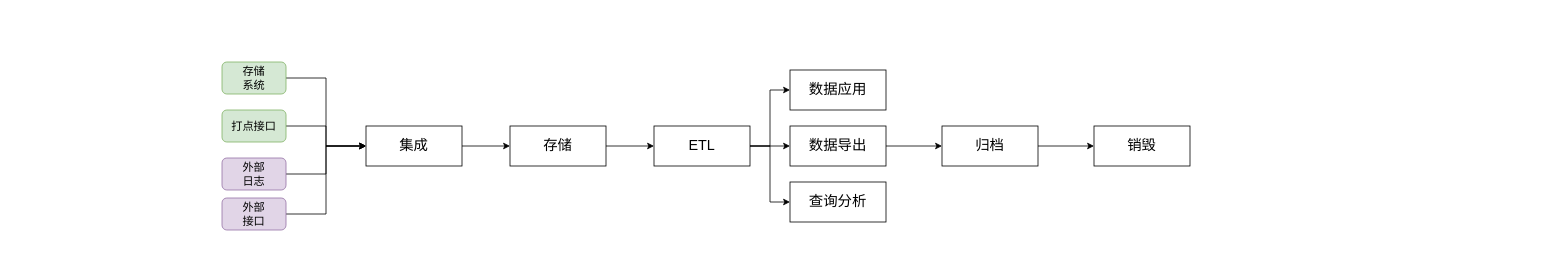
Above: Untitled Diagram.drawio in hongweilv-whu/flowCharts (draw.io), before the change. Source tidied: cells renumbered, new cells numbered last; positions are measured from the earlier drawing's top-left corner, leaving out a move shared by most shapes. Both pictures are drawn from the tidied source at 80%, with x=0, y=0 at pixel (222, 62).
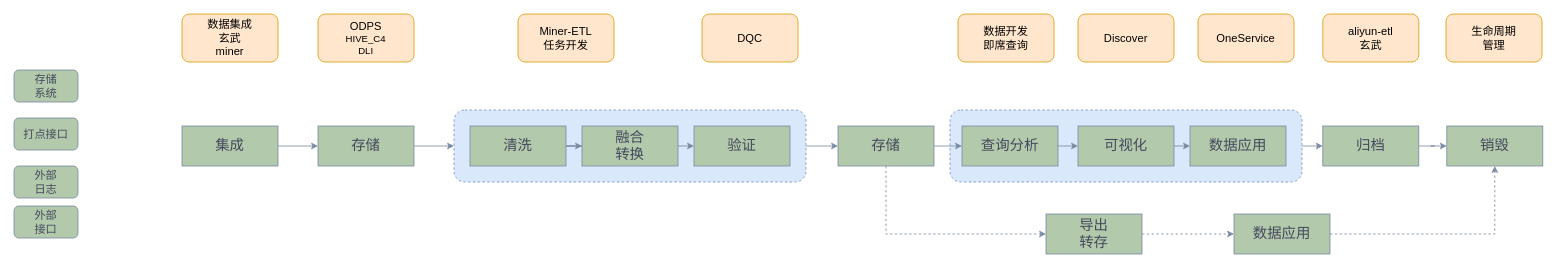
After the change.

Diff of the diagram source:
```diff
@@
+    <mxCell id="25" style="rounded=1;whiteSpace=wrap;html=1;dashed=1;fillColor=#dae8fc;strokeColor=#6c8ebf;" parent="1" vertex="1">
+      <mxGeometry x="910" y="60" width="440" height="90" as="geometry" />
+    </mxCell>
-    <mxCell id="2" style="edgeStyle=orthogonalEdgeStyle;rounded=0;jettySize=auto;html=1;exitX=1;exitY=0.5;exitDx=0;exitDy=0;" parent="1" edge="1" source="3" target="5">
+    <mxCell id="2" style="edgeStyle=orthogonalEdgeStyle;rounded=0;jettySize=auto;html=1;exitX=1;exitY=0.5;exitDx=0;exitDy=0;strokeColor=#788AA3;fontColor=#46495D;" parent="1" edge="1" source="3" target="5">
       <mxGeometry relative="1" as="geometry" />
     </mxCell>
-    <mxCell id="3" value="&lt;font style=&quot;font-size: 18px&quot;&gt;集成&lt;/font&gt;" style="rounded=0;whiteSpace=wrap;html=1;" parent="1" vertex="1">
-      <mxGeometry x="180" y="80" width="120" height="50" as="geometry" />
+    <mxCell id="3" value="&lt;font style=&quot;font-size: 18px&quot;&gt;集成&lt;/font&gt;" style="rounded=0;whiteSpace=wrap;html=1;fillColor=#B2C9AB;strokeColor=#788AA3;fontColor=#46495D;" parent="1" vertex="1">
+      <mxGeometry x="-50" y="80" width="120" height="50" as="geometry" />
     </mxCell>
-    <mxCell id="4" style="edgeStyle=orthogonalEdgeStyle;rounded=0;jettySize=auto;html=1;exitX=1;exitY=0.5;exitDx=0;exitDy=0;" parent="1" edge="1" source="5" target="9">
-      <mxGeometry relative="1" as="geometry" />
-    </mxCell>
+    <mxCell id="26" style="edgeStyle=orthogonalEdgeStyle;rounded=0;jettySize=auto;html=1;exitX=1;exitY=0.5;exitDx=0;exitDy=0;entryX=0;entryY=0.5;entryDx=0;entryDy=0;strokeColor=#788AA3;fontColor=#46495D;" parent="1" edge="1" source="5" target="31">
+      <mxGeometry relative="1" as="geometry" />
+    </mxCell>
-    <mxCell id="5" value="&lt;font style=&quot;font-size: 18px&quot;&gt;存储&lt;/font&gt;" style="rounded=0;whiteSpace=wrap;html=1;" parent="1" vertex="1">
-      <mxGeometry x="360" y="80" width="120" height="50" as="geometry" />
+    <mxCell id="5" value="&lt;font style=&quot;font-size: 18px&quot;&gt;存储&lt;/font&gt;" style="rounded=0;whiteSpace=wrap;html=1;fillColor=#B2C9AB;strokeColor=#788AA3;fontColor=#46495D;" parent="1" vertex="1">
+      <mxGeometry x="120" y="80" width="120" height="50" as="geometry" />
     </mxCell>
+    <mxCell id="8" style="edgeStyle=orthogonalEdgeStyle;rounded=0;jettySize=auto;html=1;exitX=1;exitY=0.5;exitDx=0;exitDy=0;entryX=0;entryY=0.5;entryDx=0;entryDy=0;strokeColor=#788AA3;fontColor=#46495D;" parent="1" edge="1" source="9" target="12">
+      <mxGeometry relative="1" as="geometry" />
+    </mxCell>
-    <mxCell id="6" style="edgeStyle=orthogonalEdgeStyle;rounded=0;jettySize=auto;html=1;" parent="1" edge="1" source="9" target="11">
+    <mxCell id="6" style="edgeStyle=orthogonalEdgeStyle;rounded=0;jettySize=auto;html=1;exitX=0.5;exitY=1;exitDx=0;exitDy=0;entryX=0;entryY=0.5;entryDx=0;entryDy=0;strokeColor=#788AA3;fontColor=#46495D;dashed=1;" parent="1" edge="1" source="9" target="11">
       <mxGeometry relative="1" as="geometry" />
     </mxCell>
-    <mxCell id="7" style="edgeStyle=orthogonalEdgeStyle;rounded=0;jettySize=auto;html=1;exitX=1;exitY=0.5;exitDx=0;exitDy=0;entryX=0;entryY=0.5;entryDx=0;entryDy=0;" parent="1" edge="1" source="9" target="13">
-      <mxGeometry relative="1" as="geometry" />
-    </mxCell>
-    <mxCell id="8" style="edgeStyle=orthogonalEdgeStyle;rounded=0;jettySize=auto;html=1;exitX=1;exitY=0.5;exitDx=0;exitDy=0;entryX=0;entryY=0.5;entryDx=0;entryDy=0;" parent="1" edge="1" source="9" target="12">
-      <mxGeometry relative="1" as="geometry" />
-    </mxCell>
-    <mxCell id="9" value="&lt;font style=&quot;font-size: 18px&quot;&gt;ETL&lt;/font&gt;" style="rounded=0;whiteSpace=wrap;html=1;" parent="1" vertex="1">
-      <mxGeometry x="540" y="80" width="120" height="50" as="geometry" />
+    <mxCell id="9" value="&lt;font style=&quot;font-size: 18px&quot;&gt;存储&lt;/font&gt;" style="rounded=0;whiteSpace=wrap;html=1;fillColor=#B2C9AB;strokeColor=#788AA3;fontColor=#46495D;" parent="1" vertex="1">
+      <mxGeometry x="770" y="80" width="120" height="50" as="geometry" />
     </mxCell>
-    <mxCell id="10" style="edgeStyle=orthogonalEdgeStyle;rounded=0;jettySize=auto;html=1;" parent="1" edge="1" source="11" target="15">
-      <mxGeometry relative="1" as="geometry" />
-    </mxCell>
+    <mxCell id="27" style="edgeStyle=orthogonalEdgeStyle;rounded=0;jettySize=auto;html=1;exitX=1;exitY=0.5;exitDx=0;exitDy=0;entryX=0;entryY=0.5;entryDx=0;entryDy=0;strokeColor=#788AA3;fontColor=#46495D;dashed=1;" parent="1" edge="1" source="11" target="39">
+      <mxGeometry relative="1" as="geometry" />
+    </mxCell>
-    <mxCell id="11" value="&lt;font style=&quot;font-size: 18px&quot;&gt;数据导出&lt;/font&gt;" style="rounded=0;whiteSpace=wrap;html=1;" parent="1" vertex="1">
-      <mxGeometry x="710" y="80" width="120" height="50" as="geometry" />
+    <mxCell id="11" value="&lt;font style=&quot;font-size: 18px&quot;&gt;导出&lt;br&gt;转存&lt;br&gt;&lt;/font&gt;" style="rounded=0;whiteSpace=wrap;html=1;fillColor=#B2C9AB;strokeColor=#788AA3;fontColor=#46495D;" parent="1" vertex="1">
+      <mxGeometry x="1030" y="190" width="120" height="50" as="geometry" />
     </mxCell>
+    <mxCell id="28" style="edgeStyle=orthogonalEdgeStyle;rounded=0;jettySize=auto;html=1;exitX=1;exitY=0.5;exitDx=0;exitDy=0;strokeColor=#788AA3;fontColor=#46495D;entryX=0;entryY=0.5;entryDx=0;entryDy=0;" parent="1" edge="1" source="12" target="41">
+      <mxGeometry relative="1" as="geometry" />
+    </mxCell>
-    <mxCell id="12" value="&lt;font style=&quot;font-size: 18px&quot;&gt;查询分析&lt;/font&gt;" style="rounded=0;whiteSpace=wrap;html=1;" parent="1" vertex="1">
-      <mxGeometry x="710" y="150" width="120" height="50" as="geometry" />
+    <mxCell id="12" value="&lt;font style=&quot;font-size: 18px&quot;&gt;查询分析&lt;/font&gt;" style="rounded=0;whiteSpace=wrap;html=1;fillColor=#B2C9AB;strokeColor=#788AA3;fontColor=#46495D;" parent="1" vertex="1">
+      <mxGeometry x="925" y="80" width="120" height="50" as="geometry" />
     </mxCell>
+    <mxCell id="29" style="edgeStyle=orthogonalEdgeStyle;rounded=0;jettySize=auto;html=1;entryX=0;entryY=0.5;entryDx=0;entryDy=0;strokeColor=#788AA3;fontColor=#46495D;" parent="1" edge="1" target="15">
+      <mxGeometry relative="1" as="geometry">
+        <mxPoint x="1350" y="105" as="sourcePoint" />
+      </mxGeometry>
+    </mxCell>
-    <mxCell id="13" value="&lt;font style=&quot;font-size: 18px&quot;&gt;数据应用&lt;/font&gt;" style="rounded=0;whiteSpace=wrap;html=1;" parent="1" vertex="1">
-      <mxGeometry x="710" y="10" width="120" height="50" as="geometry" />
+    <mxCell id="13" value="&lt;font style=&quot;font-size: 18px&quot;&gt;数据应用&lt;/font&gt;" style="rounded=0;whiteSpace=wrap;html=1;fillColor=#B2C9AB;strokeColor=#788AA3;fontColor=#46495D;" parent="1" vertex="1">
+      <mxGeometry x="1210" y="80" width="120" height="50" as="geometry" />
     </mxCell>
-    <mxCell id="14" style="edgeStyle=orthogonalEdgeStyle;rounded=0;jettySize=auto;html=1;" parent="1" edge="1" source="15" target="16">
+    <mxCell id="14" style="edgeStyle=orthogonalEdgeStyle;rounded=0;jettySize=auto;html=1;strokeColor=#788AA3;fontColor=#46495D;" parent="1" edge="1" source="15" target="16">
       <mxGeometry relative="1" as="geometry" />
     </mxCell>
-    <mxCell id="15" value="&lt;font style=&quot;font-size: 18px&quot;&gt;归档&lt;/font&gt;" style="rounded=0;whiteSpace=wrap;html=1;" parent="1" vertex="1">
-      <mxGeometry x="900" y="80" width="120" height="50" as="geometry" />
+    <mxCell id="15" value="&lt;font style=&quot;font-size: 18px&quot;&gt;归档&lt;/font&gt;" style="rounded=0;whiteSpace=wrap;html=1;fillColor=#B2C9AB;strokeColor=#788AA3;fontColor=#46495D;" parent="1" vertex="1">
+      <mxGeometry x="1376" y="80" width="120" height="50" as="geometry" />
     </mxCell>
-    <mxCell id="16" value="&lt;font style=&quot;font-size: 18px&quot;&gt;销毁&lt;/font&gt;" style="rounded=0;whiteSpace=wrap;html=1;" parent="1" vertex="1">
-      <mxGeometry x="1090" y="80" width="120" height="50" as="geometry" />
+    <mxCell id="16" value="&lt;font style=&quot;font-size: 18px&quot;&gt;销毁&lt;/font&gt;" style="rounded=0;whiteSpace=wrap;html=1;fillColor=#B2C9AB;strokeColor=#788AA3;fontColor=#46495D;" parent="1" vertex="1">
+      <mxGeometry x="1531" y="80" width="120" height="50" as="geometry" />
     </mxCell>
-    <mxCell id="17" style="edgeStyle=orthogonalEdgeStyle;rounded=0;jettySize=auto;html=1;exitX=1;exitY=0.5;exitDx=0;exitDy=0;entryX=0;entryY=0.5;entryDx=0;entryDy=0;" parent="1" edge="1" source="18" target="3">
-      <mxGeometry relative="1" as="geometry" />
-    </mxCell>
-    <mxCell id="18" value="&lt;font style=&quot;font-size: 14px&quot;&gt;存储&lt;br&gt;系统&lt;/font&gt;" style="rounded=1;whiteSpace=wrap;html=1;fillColor=#d5e8d4;strokeColor=#82b366;shadow=0;" parent="1" vertex="1">
-      <mxGeometry width="80" height="40" as="geometry" />
+    <mxCell id="18" value="&lt;font style=&quot;font-size: 14px&quot;&gt;存储&lt;br&gt;系统&lt;/font&gt;" style="rounded=1;whiteSpace=wrap;html=1;fillColor=#B2C9AB;strokeColor=#788AA3;shadow=0;fontColor=#46495D;" parent="1" vertex="1">
+      <mxGeometry x="-260" y="10" width="80" height="40" as="geometry" />
     </mxCell>
-    <mxCell id="19" style="edgeStyle=orthogonalEdgeStyle;rounded=0;jettySize=auto;html=1;exitX=1;exitY=0.5;exitDx=0;exitDy=0;entryX=0;entryY=0.5;entryDx=0;entryDy=0;" parent="1" edge="1" source="20" target="3">
-      <mxGeometry relative="1" as="geometry" />
-    </mxCell>
-    <mxCell id="20" value="&lt;span style=&quot;font-size: 14px&quot;&gt;打点接口&lt;/span&gt;" style="rounded=1;whiteSpace=wrap;html=1;fillColor=#d5e8d4;strokeColor=#82b366;shadow=0;" parent="1" vertex="1">
-      <mxGeometry y="60" width="80" height="40" as="geometry" />
+    <mxCell id="20" value="&lt;span style=&quot;font-size: 14px&quot;&gt;打点接口&lt;/span&gt;" style="rounded=1;whiteSpace=wrap;html=1;fillColor=#B2C9AB;strokeColor=#788AA3;shadow=0;fontColor=#46495D;" parent="1" vertex="1">
+      <mxGeometry x="-260" y="70" width="80" height="40" as="geometry" />
     </mxCell>
-    <mxCell id="21" style="edgeStyle=orthogonalEdgeStyle;rounded=0;jettySize=auto;html=1;exitX=1;exitY=0.5;exitDx=0;exitDy=0;entryX=0;entryY=0.5;entryDx=0;entryDy=0;" parent="1" edge="1" source="22" target="3">
-      <mxGeometry relative="1" as="geometry" />
-    </mxCell>
-    <mxCell id="22" value="&lt;span style=&quot;font-size: 14px&quot;&gt;外部&lt;br&gt;日志&lt;/span&gt;" style="rounded=1;whiteSpace=wrap;html=1;fillColor=#e1d5e7;strokeColor=#9673a6;shadow=0;" parent="1" vertex="1">
-      <mxGeometry y="120" width="80" height="40" as="geometry" />
+    <mxCell id="22" value="&lt;span style=&quot;font-size: 14px&quot;&gt;外部&lt;br&gt;日志&lt;/span&gt;" style="rounded=1;whiteSpace=wrap;html=1;fillColor=#B2C9AB;strokeColor=#788AA3;shadow=0;fontColor=#46495D;" parent="1" vertex="1">
+      <mxGeometry x="-260" y="130" width="80" height="40" as="geometry" />
     </mxCell>
-    <mxCell id="23" style="edgeStyle=orthogonalEdgeStyle;rounded=0;jettySize=auto;html=1;exitX=1;exitY=0.5;exitDx=0;exitDy=0;entryX=0;entryY=0.5;entryDx=0;entryDy=0;" parent="1" edge="1" source="24" target="3">
-      <mxGeometry relative="1" as="geometry" />
-    </mxCell>
-    <mxCell id="24" value="&lt;span style=&quot;font-size: 14px&quot;&gt;外部&lt;br&gt;接口&lt;/span&gt;" style="rounded=1;whiteSpace=wrap;html=1;fillColor=#e1d5e7;strokeColor=#9673a6;shadow=0;" parent="1" vertex="1">
-      <mxGeometry y="170" width="80" height="40" as="geometry" />
+    <mxCell id="24" value="&lt;span style=&quot;font-size: 14px&quot;&gt;外部&lt;br&gt;接口&lt;/span&gt;" style="rounded=1;whiteSpace=wrap;html=1;fillColor=#B2C9AB;strokeColor=#788AA3;shadow=0;fontColor=#46495D;" parent="1" vertex="1">
+      <mxGeometry x="-260" y="180" width="80" height="40" as="geometry" />
     </mxCell>
+    <mxCell id="30" style="group;fontColor=#46495D;" parent="1" vertex="1">
+      <mxGeometry x="290" y="60" width="440" height="90" as="geometry" />
+    </mxCell>
+    <mxCell id="31" style="rounded=1;whiteSpace=wrap;html=1;dashed=1;fillColor=#dae8fc;strokeColor=#6c8ebf;" parent="30" vertex="1">
+      <mxGeometry width="440" height="90" as="geometry" />
+    </mxCell>
+    <mxCell id="32" value="&lt;span style=&quot;font-size: 18px&quot;&gt;清洗&lt;/span&gt;" style="rounded=0;whiteSpace=wrap;html=1;fillColor=#B2C9AB;strokeColor=#788AA3;fontColor=#46495D;" parent="30" vertex="1">
+      <mxGeometry x="20" y="20" width="120" height="50" as="geometry" />
+    </mxCell>
+    <mxCell id="33" value="&lt;span style=&quot;font-size: 18px&quot;&gt;融合&lt;br&gt;转换&lt;br&gt;&lt;/span&gt;" style="rounded=0;whiteSpace=wrap;html=1;fillColor=#B2C9AB;strokeColor=#788AA3;fontColor=#46495D;" parent="30" vertex="1">
+      <mxGeometry x="160" y="20" width="120" height="50" as="geometry" />
+    </mxCell>
+    <mxCell id="34" style="edgeStyle=orthogonalEdgeStyle;rounded=0;jettySize=auto;html=1;exitX=1;exitY=0.5;exitDx=0;exitDy=0;strokeColor=#788AA3;fontColor=#46495D;" parent="30" edge="1" source="32" target="33">
+      <mxGeometry relative="1" as="geometry" />
+    </mxCell>
+    <mxCell id="35" value="&lt;span style=&quot;font-size: 18px&quot;&gt;验证&lt;br&gt;&lt;/span&gt;" style="rounded=0;whiteSpace=wrap;html=1;fillColor=#B2C9AB;strokeColor=#788AA3;fontColor=#46495D;" parent="30" vertex="1">
+      <mxGeometry x="300" y="20" width="120" height="50" as="geometry" />
+    </mxCell>
+    <mxCell id="36" style="edgeStyle=orthogonalEdgeStyle;rounded=0;jettySize=auto;html=1;exitX=1;exitY=0.5;exitDx=0;exitDy=0;entryX=0;entryY=0.5;entryDx=0;entryDy=0;strokeColor=#788AA3;fontColor=#46495D;" parent="30" edge="1" source="33" target="35">
+      <mxGeometry relative="1" as="geometry" />
+    </mxCell>
+    <mxCell id="37" style="edgeStyle=orthogonalEdgeStyle;rounded=0;jettySize=auto;html=1;exitX=1;exitY=0.5;exitDx=0;exitDy=0;entryX=0;entryY=0.5;entryDx=0;entryDy=0;strokeColor=#788AA3;fontColor=#46495D;" parent="1" edge="1" source="31" target="9">
+      <mxGeometry relative="1" as="geometry" />
+    </mxCell>
+    <mxCell id="38" style="edgeStyle=orthogonalEdgeStyle;rounded=0;jettySize=auto;html=1;exitX=1;exitY=0.5;exitDx=0;exitDy=0;dashed=1;strokeColor=#788AA3;fontColor=#46495D;" parent="1" edge="1" source="39" target="16">
+      <mxGeometry relative="1" as="geometry" />
+    </mxCell>
+    <mxCell id="39" value="&lt;font style=&quot;font-size: 18px&quot;&gt;数据应用&lt;/font&gt;" style="rounded=0;whiteSpace=wrap;html=1;fillColor=#B2C9AB;strokeColor=#788AA3;fontColor=#46495D;" parent="1" vertex="1">
+      <mxGeometry x="1265" y="190" width="120" height="50" as="geometry" />
+    </mxCell>
+    <mxCell id="40" style="edgeStyle=orthogonalEdgeStyle;curved=0;rounded=1;sketch=0;jettySize=auto;html=1;exitX=1;exitY=0.5;exitDx=0;exitDy=0;entryX=0;entryY=0.5;entryDx=0;entryDy=0;fontColor=#46495D;strokeColor=#788AA3;fillColor=#B2C9AB;" parent="1" edge="1" source="41" target="13">
+      <mxGeometry relative="1" as="geometry" />
+    </mxCell>
+    <mxCell id="41" value="&lt;font style=&quot;font-size: 18px&quot;&gt;可视化&lt;/font&gt;" style="rounded=0;whiteSpace=wrap;html=1;fillColor=#B2C9AB;strokeColor=#788AA3;fontColor=#46495D;" parent="1" vertex="1">
+      <mxGeometry x="1070" y="80" width="120" height="50" as="geometry" />
+    </mxCell>
+    <mxCell id="42" value="&lt;font style=&quot;font-size: 14px&quot;&gt;数据集成&lt;br&gt;玄武&lt;br&gt;miner&lt;/font&gt;" style="rounded=1;whiteSpace=wrap;html=1;sketch=0;strokeColor=#d79b00;fillColor=#ffe6cc;align=center;" parent="1" vertex="1">
+      <mxGeometry x="-50" y="-60" width="120" height="60" as="geometry" />
+    </mxCell>
+    <mxCell id="43" value="&lt;span style=&quot;font-size: 14px&quot;&gt;ODPS&lt;br&gt;&lt;/span&gt;HIVE_C4&lt;br&gt;DLI" style="rounded=1;whiteSpace=wrap;html=1;sketch=0;strokeColor=#d79b00;fillColor=#ffe6cc;align=center;" parent="1" vertex="1">
+      <mxGeometry x="120" y="-60" width="120" height="60" as="geometry" />
+    </mxCell>
+    <mxCell id="44" value="&lt;span style=&quot;font-size: 14px&quot;&gt;DQC&lt;/span&gt;" style="rounded=1;whiteSpace=wrap;html=1;sketch=0;strokeColor=#d79b00;fillColor=#ffe6cc;align=center;" parent="1" vertex="1">
+      <mxGeometry x="600" y="-60" width="120" height="60" as="geometry" />
+    </mxCell>
+    <mxCell id="45" value="&lt;span style=&quot;font-size: 14px&quot;&gt;Miner-ETL&lt;br&gt;任务开发&lt;br&gt;&lt;/span&gt;" style="rounded=1;whiteSpace=wrap;html=1;sketch=0;strokeColor=#d79b00;fillColor=#ffe6cc;align=center;" parent="1" vertex="1">
+      <mxGeometry x="370" y="-60" width="120" height="60" as="geometry" />
+    </mxCell>
+    <mxCell id="46" value="&lt;span style=&quot;font-size: 14px&quot;&gt;数据开发&lt;br&gt;即席查询&lt;br&gt;&lt;/span&gt;" style="rounded=1;whiteSpace=wrap;html=1;sketch=0;strokeColor=#d79b00;fillColor=#ffe6cc;align=center;" parent="1" vertex="1">
+      <mxGeometry x="920" y="-60" width="120" height="60" as="geometry" />
+    </mxCell>
+    <mxCell id="47" value="&lt;span style=&quot;font-size: 14px&quot;&gt;Discover&lt;br&gt;&lt;/span&gt;" style="rounded=1;whiteSpace=wrap;html=1;sketch=0;strokeColor=#d79b00;fillColor=#ffe6cc;align=center;" parent="1" vertex="1">
+      <mxGeometry x="1070" y="-60" width="120" height="60" as="geometry" />
+    </mxCell>
+    <mxCell id="48" value="&lt;span style=&quot;font-size: 14px&quot;&gt;OneService&lt;br&gt;&lt;/span&gt;" style="rounded=1;whiteSpace=wrap;html=1;sketch=0;strokeColor=#d79b00;fillColor=#ffe6cc;align=center;" parent="1" vertex="1">
+      <mxGeometry x="1220" y="-60" width="120" height="60" as="geometry" />
+    </mxCell>
+    <mxCell id="49" value="&lt;span style=&quot;font-size: 14px&quot;&gt;aliyun-etl&lt;br&gt;玄武&lt;br&gt;&lt;/span&gt;" style="rounded=1;whiteSpace=wrap;html=1;sketch=0;strokeColor=#d79b00;fillColor=#ffe6cc;align=center;" parent="1" vertex="1">
+      <mxGeometry x="1376" y="-60" width="120" height="60" as="geometry" />
+    </mxCell>
+    <mxCell id="50" value="&lt;span style=&quot;font-size: 14px&quot;&gt;生命周期&lt;br&gt;管理&lt;br&gt;&lt;/span&gt;" style="rounded=1;whiteSpace=wrap;html=1;sketch=0;strokeColor=#d79b00;fillColor=#ffe6cc;align=center;" parent="1" vertex="1">
+      <mxGeometry x="1530" y="-60" width="120" height="60" as="geometry" />
+    </mxCell>
```
